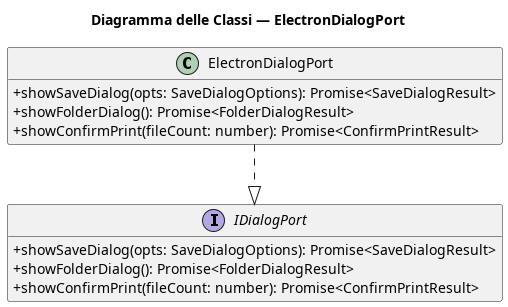
Earlier version of the PlantUML export out/3_PB/DocumentiEsterni/DiagrammiSpecificaTecnica/C4/C4_backend_Export/Export_IPC_Part4.png (7-ZPUs/Docs).
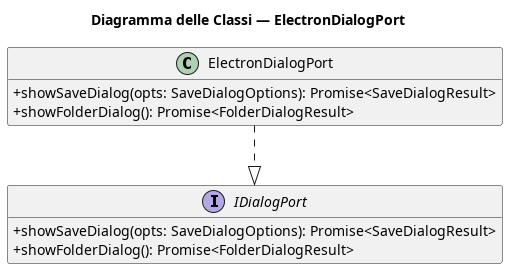
Above is the later version.

The edit, as a diff of the source:
```diff
@@ -7,12 +7,10 @@
 interface IDialogPort {
     + showSaveDialog(opts: SaveDialogOptions): Promise<SaveDialogResult>
     + showFolderDialog(): Promise<FolderDialogResult>
-    + showConfirmPrint(fileCount: number): Promise<ConfirmPrintResult>
 }
 class ElectronDialogPort {
     + showSaveDialog(opts: SaveDialogOptions): Promise<SaveDialogResult>
     + showFolderDialog(): Promise<FolderDialogResult>
-    + showConfirmPrint(fileCount: number): Promise<ConfirmPrintResult>
 }
 
 ElectronDialogPort ..|> IDialogPort
```
